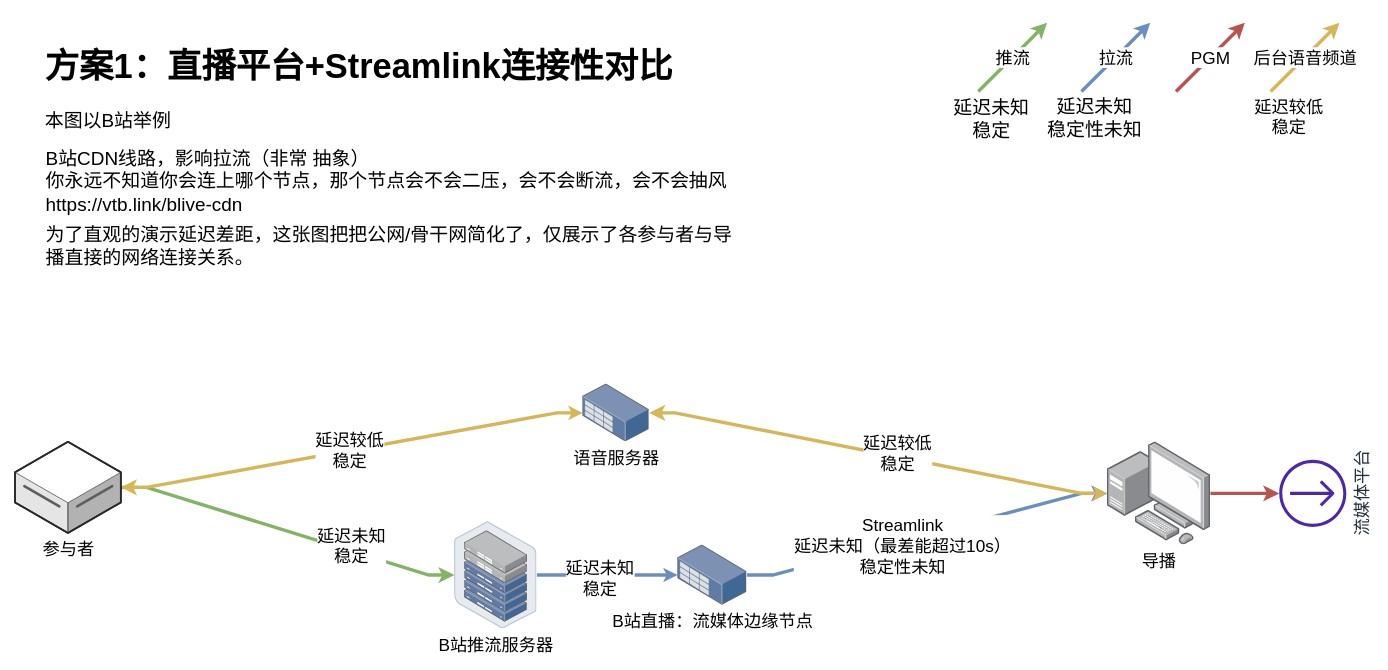
Earlier version of the draw.io diagram streaming-low-profile-compare.drawio (VTB-LINK/DRAW-IO-GRAPH). Source tidied: cells renumbered, new cells numbered last; positions are measured from the earlier drawing's top-left corner, leaving out a move shared by most shapes. Both pictures are drawn from the tidied source at 86%, with x=0, y=0 at pixel (15, 22).
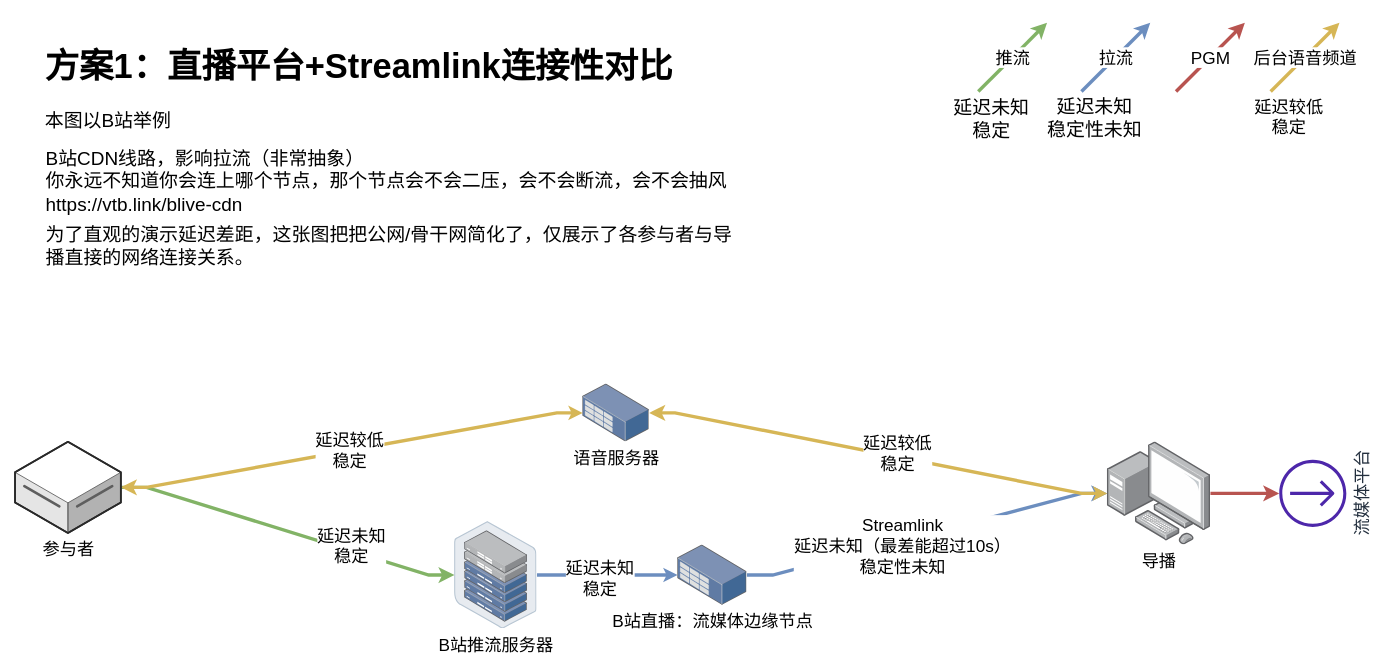
The same page after the edit.

The edit, as a diff of the source:
```diff
@@
-    <mxCell id="19" value="B站CDN线路，影响拉流（非常 抽象）&lt;br&gt;你永远不知道你会连上哪个节点，那个节点会不会二压，会不会断流，会不会抽风&lt;br&gt;https://vtb.link/blive-cdn" style="text;strokeColor=none;fillColor=none;align=left;verticalAlign=middle;spacingLeft=4;spacingRight=4;overflow=hidden;whiteSpace=wrap;html=1;fontSize=22;labelBackgroundColor=none;fontColor=#000000;" parent="1" vertex="1">
+    <mxCell id="19" value="B站CDN线路，影响拉流（非常抽象）&lt;br&gt;你永远不知道你会连上哪个节点，那个节点会不会二压，会不会断流，会不会抽风&lt;br&gt;https://vtb.link/blive-cdn" style="text;strokeColor=none;fillColor=none;align=left;verticalAlign=middle;spacingLeft=4;spacingRight=4;overflow=hidden;whiteSpace=wrap;html=1;fontSize=22;labelBackgroundColor=none;fontColor=#000000;" parent="1" vertex="1">
       <mxGeometry x="30" y="130" width="810" height="110" as="geometry" />
     </mxCell>
```
